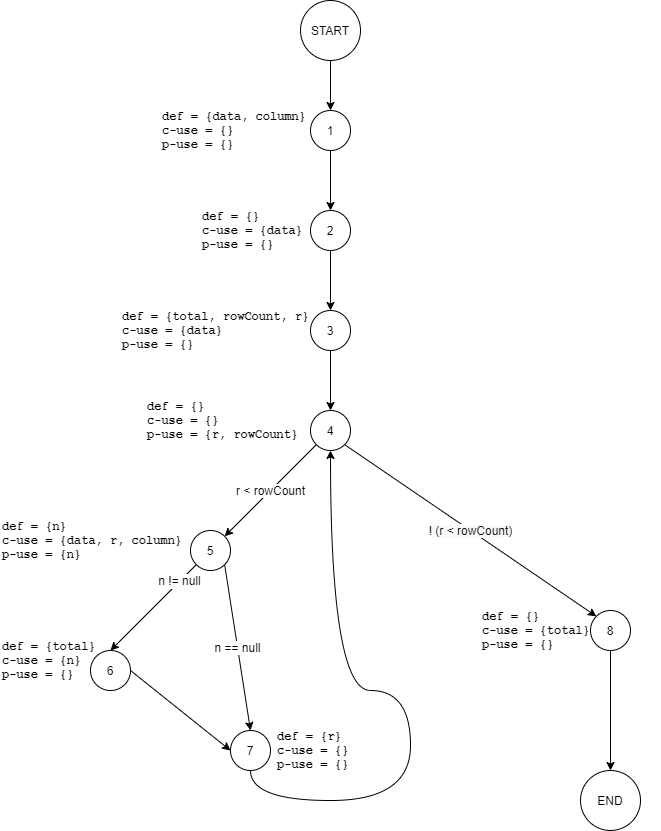
Before: drafts/DFG_CalculateColumnTotal.png, a diagram exported from draw.io (meng-ucalgary/seng-637-assignment-3). Source tidied: cells renumbered, new cells last; positions are measured from the earlier drawing's top-left corner, leaving out a move shared by most shapes.
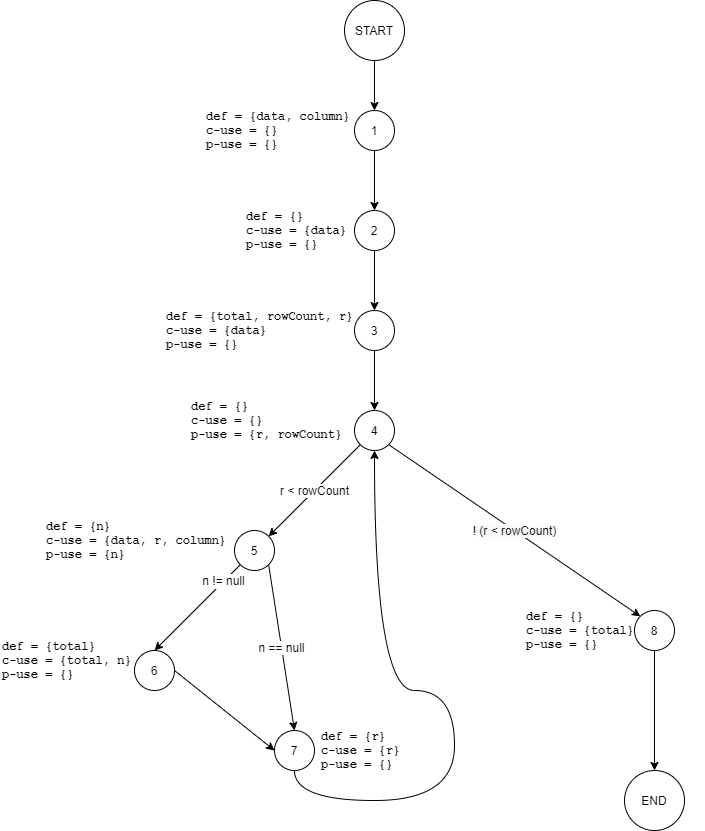
Later version of the same file.

Change to the diagram source:
```diff
@@ -60,7 +60,7 @@
     <mxCell id="18" value="END" style="ellipse;whiteSpace=wrap;html=1;" parent="1" vertex="1">
       <mxGeometry x="580" y="770" width="60" height="60" as="geometry" />
     </mxCell>
-    <mxCell id="19" value="def = {r}&lt;br&gt;c-use = {}&lt;br&gt;p-use = {}" style="text;html=1;strokeColor=none;fillColor=none;align=left;verticalAlign=middle;whiteSpace=wrap;rounded=0;fontStyle=1;fontFamily=Courier New;" parent="1" vertex="1">
+    <mxCell id="19" value="def = {r}&lt;br&gt;c-use = {r}&lt;br&gt;p-use = {}" style="text;html=1;strokeColor=none;fillColor=none;align=left;verticalAlign=middle;whiteSpace=wrap;rounded=0;fontStyle=1;fontFamily=Courier New;" parent="1" vertex="1">
       <mxGeometry x="275" y="720" width="120" height="60" as="geometry" />
     </mxCell>
     <mxCell id="20" value="def = {}&lt;br&gt;c-use = {total}&lt;br&gt;p-use = {}" style="text;html=1;strokeColor=none;fillColor=none;align=left;verticalAlign=middle;whiteSpace=wrap;rounded=0;fontStyle=1;fontFamily=Courier New;" parent="1" vertex="1">
@@ -84,8 +84,8 @@
     <mxCell id="26" value="def = {}&lt;br&gt;c-use = {data}&lt;br&gt;p-use = {}" style="text;html=1;strokeColor=none;fillColor=none;align=left;verticalAlign=middle;whiteSpace=wrap;rounded=0;fontStyle=1;fontFamily=Courier New;" parent="1" vertex="1">
       <mxGeometry x="200" y="200" width="180" height="60" as="geometry" />
     </mxCell>
-    <mxCell id="27" value="def = {total}&lt;br&gt;c-use = {n}&lt;br&gt;p-use = {}" style="text;html=1;strokeColor=none;fillColor=none;align=left;verticalAlign=middle;whiteSpace=wrap;rounded=0;fontStyle=1;fontFamily=Courier New;" parent="1" vertex="1">
-      <mxGeometry y="630" width="120" height="60" as="geometry" />
+    <mxCell id="27" value="def = {total}&lt;br&gt;c-use = {total, n}&lt;br&gt;p-use = {}" style="text;html=1;strokeColor=none;fillColor=none;align=left;verticalAlign=middle;whiteSpace=wrap;rounded=0;fontStyle=1;fontFamily=Courier New;" parent="1" vertex="1">
+      <mxGeometry x="-44" y="630" width="170" height="60" as="geometry" />
     </mxCell>
     <mxCell id="28" style="edgeStyle=none;rounded=0;jettySize=auto;html=1;" parent="1" edge="1" source="29" target="6">
       <mxGeometry relative="1" as="geometry" />
```
